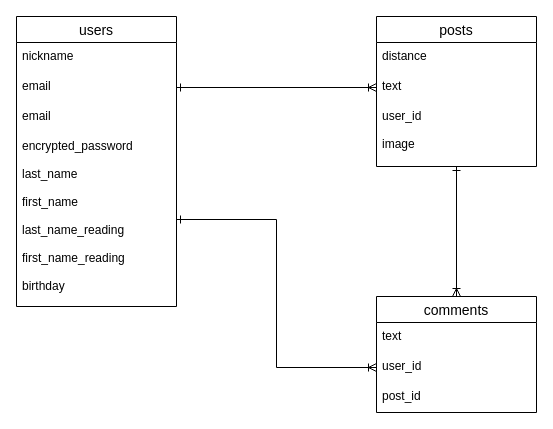
The draw.io diagram ER.dio in wakame-se/run-share, before the edit. Source tidied: cells renumbered, new cells numbered last; positions are measured from the earlier drawing's top-left corner, leaving out a move shared by most shapes. Both pictures are drawn from the tidied source at 100%, with x=0, y=0 at pixel (16, 16).
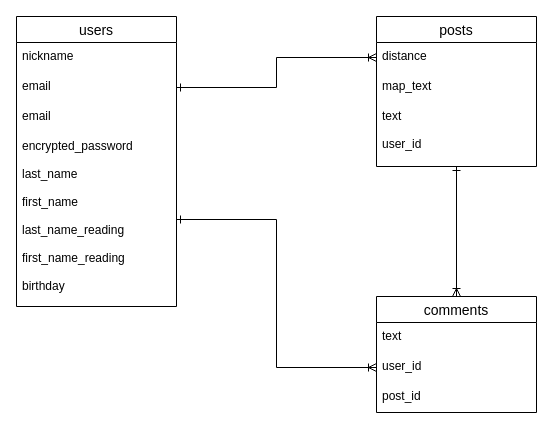
The same page after the edit.

Commit message (it also covers changes not shown here):
DB設計の修正

What changed in the source:
```diff
@@
 <mxGraphModel>
   <root>
     <mxCell id="0" />
     <mxCell id="1" parent="0" />
     <mxCell id="2" value="users" style="swimlane;fontStyle=0;horizontal=1;startSize=26;align=center;fontSize=14;" parent="1" vertex="1">
       <mxGeometry width="160" height="290" as="geometry" />
     </mxCell>
     <mxCell id="3" value="nickname" style="text;strokeColor=none;fillColor=none;spacingLeft=4;spacingRight=4;overflow=hidden;fontSize=12;" parent="2" vertex="1">
       <mxGeometry y="26" width="160" height="30" as="geometry" />
     </mxCell>
     <mxCell id="4" value="email" style="text;strokeColor=none;fillColor=none;spacingLeft=4;spacingRight=4;overflow=hidden;points=[[0,0.5],[1,0.5]];portConstraint=eastwest;fontSize=12;" parent="2" vertex="1">
       <mxGeometry y="56" width="160" height="30" as="geometry" />
     </mxCell>
     <mxCell id="5" value="email" style="text;strokeColor=none;fillColor=none;spacingLeft=4;spacingRight=4;overflow=hidden;fontSize=12;" parent="2" vertex="1">
       <mxGeometry y="86" width="160" height="30" as="geometry" />
     </mxCell>
     <mxCell id="6" value="encrypted_password&#10;&#10;last_name&#10;&#10;first_name&#10;&#10;last_name_reading&#10;&#10;first_name_reading&#10;&#10;birthday" style="text;strokeColor=none;fillColor=none;spacingLeft=4;spacingRight=4;overflow=hidden;points=[[0,0.5],[1,0.5]];portConstraint=eastwest;fontSize=12;" parent="2" vertex="1">
       <mxGeometry y="116" width="160" height="174" as="geometry" />
     </mxCell>
     <mxCell id="7" style="edgeStyle=orthogonalEdgeStyle;rounded=0;jettySize=auto;html=1;entryX=0.5;entryY=0;entryDx=0;entryDy=0;startArrow=ERone;startFill=0;endArrow=ERoneToMany;endFill=0;" parent="1" edge="1" source="8" target="12">
       <mxGeometry relative="1" as="geometry" />
     </mxCell>
     <mxCell id="8" value="posts" style="swimlane;fontStyle=0;horizontal=1;startSize=26;align=center;fontSize=14;" parent="1" vertex="1">
       <mxGeometry x="360" width="160" height="150" as="geometry" />
     </mxCell>
+    <mxCell id="10" value="distance" style="text;strokeColor=none;fillColor=none;spacingLeft=4;spacingRight=4;overflow=hidden;points=[[0,0.5],[1,0.5]];portConstraint=eastwest;fontSize=12;" parent="8" vertex="1">
+      <mxGeometry y="26" width="160" height="30" as="geometry" />
+    </mxCell>
-    <mxCell id="9" value="distance" style="text;strokeColor=none;fillColor=none;spacingLeft=4;spacingRight=4;overflow=hidden;fontSize=12;" parent="8" vertex="1">
-      <mxGeometry y="26" width="160" height="30" as="geometry" />
+    <mxCell id="9" value="map_text" style="text;strokeColor=none;fillColor=none;spacingLeft=4;spacingRight=4;overflow=hidden;fontSize=12;" parent="8" vertex="1">
+      <mxGeometry y="56" width="160" height="30" as="geometry" />
     </mxCell>
-    <mxCell id="10" value="text" style="text;strokeColor=none;fillColor=none;spacingLeft=4;spacingRight=4;overflow=hidden;points=[[0,0.5],[1,0.5]];portConstraint=eastwest;fontSize=12;" parent="8" vertex="1">
-      <mxGeometry y="56" width="160" height="30" as="geometry" />
-    </mxCell>
-    <mxCell id="11" value="user_id&#10;&#10;image" style="text;strokeColor=none;fillColor=none;spacingLeft=4;spacingRight=4;overflow=hidden;fontSize=12;" parent="8" vertex="1">
+    <mxCell id="11" value="text&#10;&#10;user_id" style="text;strokeColor=none;fillColor=none;spacingLeft=4;spacingRight=4;overflow=hidden;fontSize=12;" parent="8" vertex="1">
       <mxGeometry y="86" width="160" height="64" as="geometry" />
     </mxCell>
     <mxCell id="12" value="comments" style="swimlane;fontStyle=0;horizontal=1;startSize=26;align=center;fontSize=14;" parent="1" vertex="1">
       <mxGeometry x="360" y="280" width="160" height="116" as="geometry" />
     </mxCell>
     <mxCell id="13" value="text" style="text;strokeColor=none;fillColor=none;spacingLeft=4;spacingRight=4;overflow=hidden;fontSize=12;" parent="12" vertex="1">
       <mxGeometry y="26" width="160" height="30" as="geometry" />
     </mxCell>
     <mxCell id="14" value="user_id" style="text;strokeColor=none;fillColor=none;spacingLeft=4;spacingRight=4;overflow=hidden;points=[[0,0.5],[1,0.5]];portConstraint=eastwest;fontSize=12;" parent="12" vertex="1">
       <mxGeometry y="56" width="160" height="30" as="geometry" />
     </mxCell>
     <mxCell id="15" value="post_id" style="text;strokeColor=none;fillColor=none;spacingLeft=4;spacingRight=4;overflow=hidden;fontSize=12;" parent="12" vertex="1">
       <mxGeometry y="86" width="160" height="30" as="geometry" />
     </mxCell>
     <mxCell id="16" style="edgeStyle=orthogonalEdgeStyle;rounded=0;jettySize=auto;html=1;entryX=0;entryY=0.5;entryDx=0;entryDy=0;endArrow=ERoneToMany;endFill=0;startArrow=ERone;startFill=0;" parent="1" edge="1" source="4" target="10">
       <mxGeometry relative="1" as="geometry" />
     </mxCell>
     <mxCell id="17" style="edgeStyle=orthogonalEdgeStyle;rounded=0;jettySize=auto;html=1;entryX=0;entryY=0.5;entryDx=0;entryDy=0;startArrow=ERone;startFill=0;endArrow=ERoneToMany;endFill=0;" parent="1" edge="1" source="6" target="14">
       <mxGeometry relative="1" as="geometry" />
     </mxCell>
   </root>
 </mxGraphModel>
```
